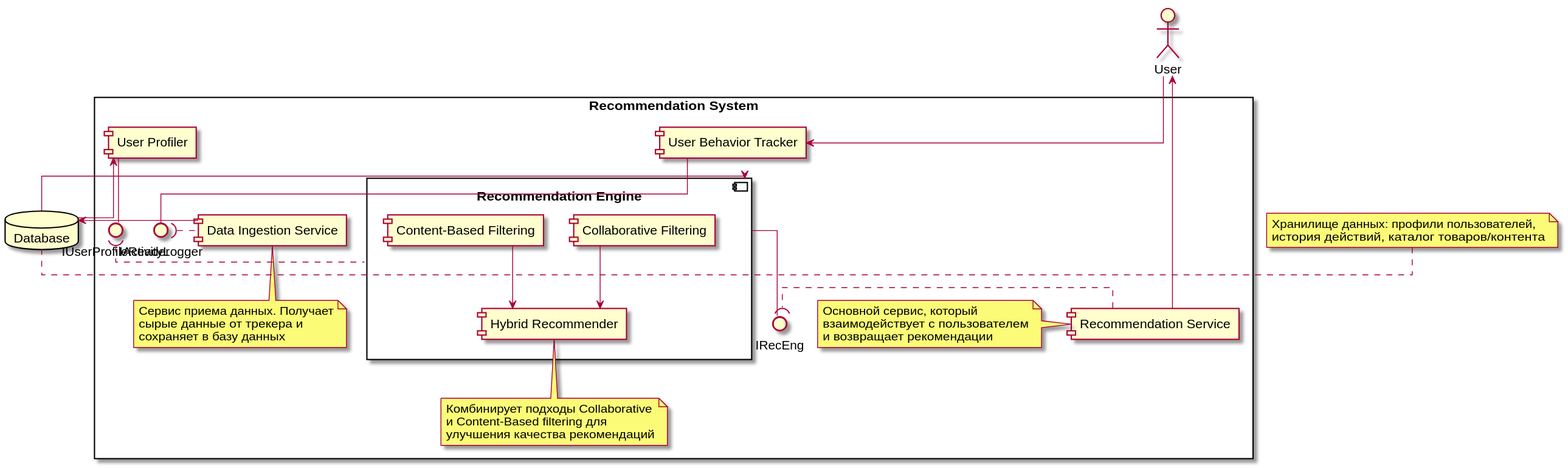
Above: docs/diagrams/diagram_3.svg in shutova-olga/saba-0625 (PlantUML), before the change.
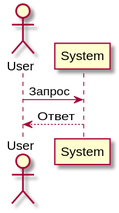
After the change.

Change to the diagram source:
```diff
@@ -1,62 +1,5 @@
 @startuml
-skinparam linetype ortho
-
-actor "User" as U
-database "Database" as DB
-
-rectangle "Recommendation System" {
-
-    component "User Behavior Tracker" as UBT
-    component "Data Ingestion Service" as DIS
-    component "User Profiler" as UP
-    component "Recommendation Service" as RS
-
-    component "Recommendation Engine" as RE {
-        component "Collaborative Filtering" as CF
-        component "Content-Based Filtering" as CBF
-        component "Hybrid Recommender" as HR
-    }
-
-    interface "IActivityLogger" as IAL
-    interface "IRecEng" as IRE
-    interface "IUserProfileReader" as IUPR
-
-    U --> UBT
-    UBT -down- IAL
-    DIS -left-..( IAL
-    DIS --> DB
-    UP -down- IUPR
-    UP <-- DB
-    DB --> RE
-    CF --> HR
-    CBF --> HR
-    RE -down- IRE
-    RE -left-..( IUPR
-    RS -right-..( IRE
-    U <-- RS
-
-    note bottom of HR
-      Комбинирует подходы Collaborative
-      и Content-Based filtering для
-      улучшения качества рекомендаций
-    end note
-
-    note left of RS
-      Основной сервис, который
-      взаимодействует с пользователем
-      и возвращает рекомендации
-    end note
-
-    note bottom of DIS
-      Сервис приема данных. Получает
-      сырые данные от трекера и
-      сохраняет в базу данных
-    end note
-
-}
-
-note left of DB
-      Хранилище данных: профили пользователей,
-      история действий, каталог товаров/контента
-    end note
+actor User
+User -> System: Запрос
+System --> User: Ответ
 @enduml
```
